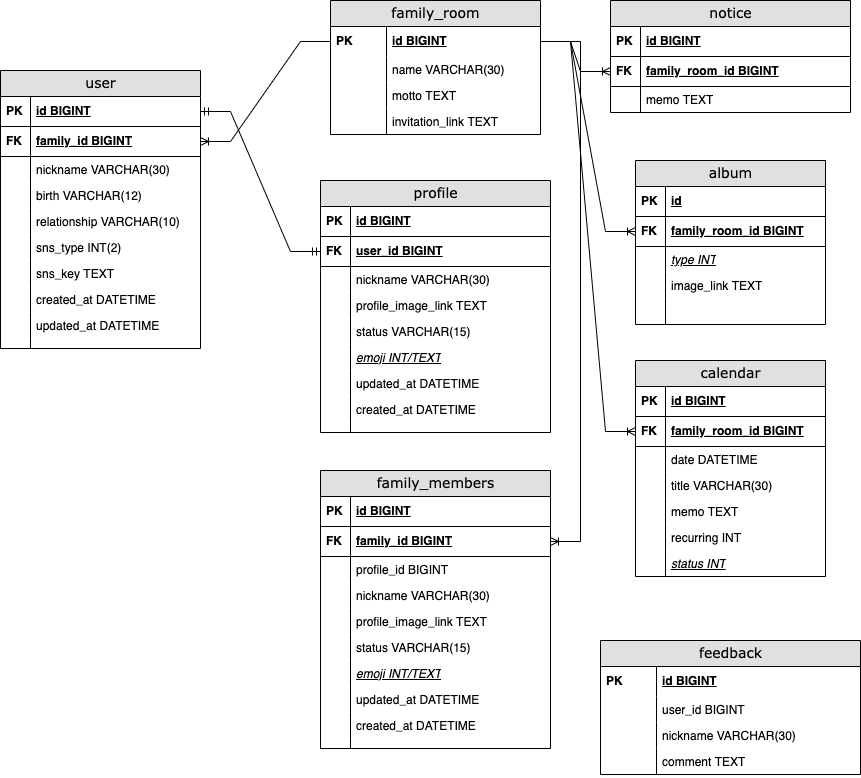
Before: sofa_erd_v2.png, a diagram exported from draw.io (AnneMayor/TestRepository). Source tidied: cells renumbered, new cells last; positions are measured from the earlier drawing's top-left corner, leaving out a move shared by most shapes.
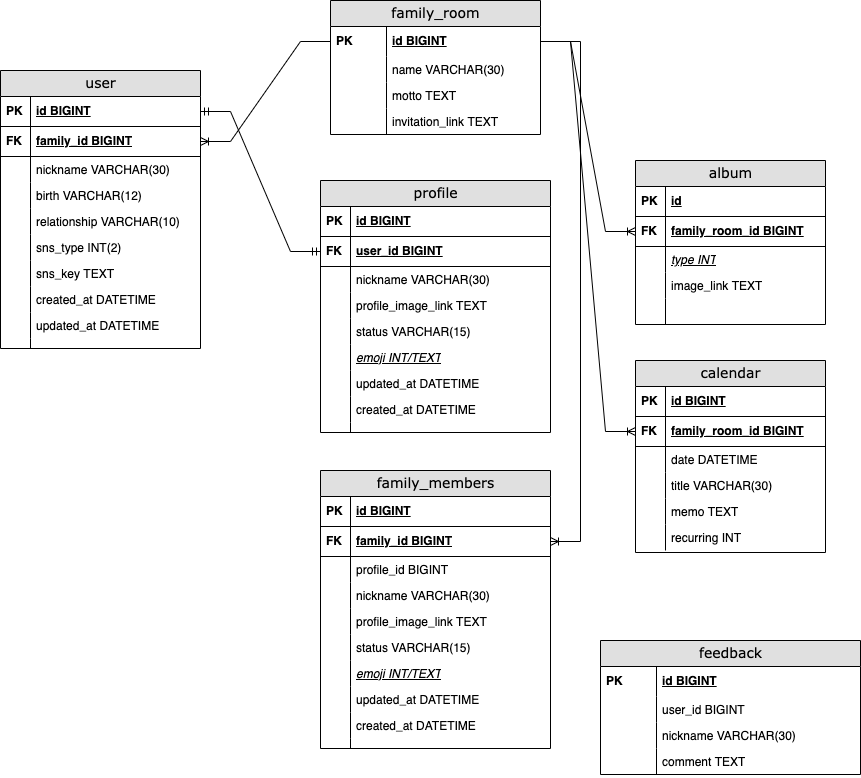
Above is the later version.

Diff of the diagram source:
```diff
@@ -63,7 +63,7 @@
       <mxGeometry width="30" height="26" as="geometry" />
     </mxCell>
     <mxCell id="22" value="calendar" style="swimlane;html=1;fontStyle=0;horizontal=1;startSize=26;fillColor=#e0e0e0;swimlaneFillColor=#ffffff;align=center;rounded=0;shadow=0;comic=0;labelBackgroundColor=none;strokeWidth=1;fontFamily=Verdana;fontSize=14;" parent="1" vertex="1">
-      <mxGeometry x="635" y="360" width="190" height="216" as="geometry" />
+      <mxGeometry x="635" y="360" width="190" height="192" as="geometry" />
     </mxCell>
     <mxCell id="23" value="id BIGINT" style="shape=partialRectangle;top=0;left=0;right=0;bottom=1;html=1;align=left;verticalAlign=middle;fillColor=none;spacingLeft=34;spacingRight=4;whiteSpace=wrap;overflow=hidden;fontStyle=5;" parent="22" vertex="1">
       <mxGeometry y="26" width="190" height="30" as="geometry" />
@@ -101,12 +101,6 @@
     <mxCell id="34" style="shape=partialRectangle;top=0;left=0;bottom=0;html=1;fillColor=none;align=left;verticalAlign=top;spacingLeft=4;spacingRight=4;whiteSpace=wrap;overflow=hidden;" parent="33" vertex="1">
       <mxGeometry width="30" height="26" as="geometry" />
     </mxCell>
-    <mxCell id="35" value="&lt;i&gt;&lt;u&gt;status INT&lt;/u&gt;&lt;/i&gt;" style="shape=partialRectangle;top=0;left=0;right=0;bottom=0;html=1;align=left;verticalAlign=top;fillColor=none;spacingLeft=34;spacingRight=4;whiteSpace=wrap;overflow=hidden;" parent="22" vertex="1">
-      <mxGeometry y="190" width="190" height="26" as="geometry" />
-    </mxCell>
-    <mxCell id="36" style="shape=partialRectangle;top=0;left=0;bottom=0;html=1;fillColor=none;align=left;verticalAlign=top;spacingLeft=4;spacingRight=4;whiteSpace=wrap;overflow=hidden;" parent="35" vertex="1">
-      <mxGeometry width="30" height="26" as="geometry" />
-    </mxCell>
     <mxCell id="37" value="profile" style="swimlane;html=1;fontStyle=0;horizontal=1;startSize=26;fillColor=#e0e0e0;swimlaneFillColor=#ffffff;align=center;rounded=0;shadow=0;comic=0;labelBackgroundColor=none;strokeWidth=1;fontFamily=Verdana;fontSize=14;" parent="1" vertex="1">
       <mxGeometry x="320" y="180" width="230" height="252" as="geometry" />
     </mxCell>
@@ -164,27 +158,6 @@
     <mxCell id="55" style="shape=partialRectangle;top=0;left=0;bottom=0;html=1;fillColor=none;align=left;verticalAlign=top;spacingLeft=4;spacingRight=4;whiteSpace=wrap;overflow=hidden;" parent="54" vertex="1">
       <mxGeometry width="30" height="10" as="geometry" />
     </mxCell>
-    <mxCell id="56" value="notice" style="swimlane;html=1;fontStyle=0;horizontal=1;startSize=26;fillColor=#e0e0e0;swimlaneFillColor=#ffffff;align=center;rounded=0;shadow=0;comic=0;labelBackgroundColor=none;strokeWidth=1;fontFamily=Verdana;fontSize=14;" parent="1" vertex="1">
-      <mxGeometry x="610" width="240" height="112" as="geometry" />
-    </mxCell>
-    <mxCell id="57" value="&lt;div&gt;&lt;span&gt;id BIGINT&lt;/span&gt;&lt;/div&gt;" style="shape=partialRectangle;top=0;left=0;right=0;bottom=1;html=1;align=left;verticalAlign=middle;fillColor=none;spacingLeft=34;spacingRight=4;whiteSpace=wrap;overflow=hidden;fontStyle=5;" parent="56" vertex="1">
-      <mxGeometry y="26" width="240" height="30" as="geometry" />
-    </mxCell>
-    <mxCell id="58" value="PK" style="shape=partialRectangle;fontStyle=1;top=0;left=0;bottom=0;html=1;fillColor=none;align=left;verticalAlign=middle;spacingLeft=4;spacingRight=4;whiteSpace=wrap;overflow=hidden;" parent="57" vertex="1">
-      <mxGeometry width="30" height="30" as="geometry" />
-    </mxCell>
-    <mxCell id="59" value="family_room_id BIGINT" style="shape=partialRectangle;top=0;left=0;right=0;bottom=1;html=1;align=left;verticalAlign=middle;fillColor=none;spacingLeft=34;spacingRight=4;whiteSpace=wrap;overflow=hidden;points=[[0,0.5],[1,0.5]];portConstraint=eastwest;fontStyle=5;" parent="56" vertex="1">
-      <mxGeometry y="56" width="240" height="30" as="geometry" />
-    </mxCell>
-    <mxCell id="60" value="&lt;b&gt;FK&lt;/b&gt;" style="shape=partialRectangle;top=0;left=0;bottom=0;html=1;fillColor=none;align=left;verticalAlign=middle;spacingLeft=4;spacingRight=4;whiteSpace=wrap;overflow=hidden;" parent="59" vertex="1">
-      <mxGeometry width="30" height="30" as="geometry" />
-    </mxCell>
-    <mxCell id="61" value="memo TEXT" style="shape=partialRectangle;top=0;left=0;right=0;bottom=0;html=1;align=left;verticalAlign=top;fillColor=none;spacingLeft=34;spacingRight=4;whiteSpace=wrap;overflow=hidden;" parent="56" vertex="1">
-      <mxGeometry y="86" width="240" height="26" as="geometry" />
-    </mxCell>
-    <mxCell id="62" style="shape=partialRectangle;top=0;left=0;bottom=0;html=1;fillColor=none;align=left;verticalAlign=top;spacingLeft=4;spacingRight=4;whiteSpace=wrap;overflow=hidden;" parent="61" vertex="1">
-      <mxGeometry width="30" height="26" as="geometry" />
-    </mxCell>
     <mxCell id="63" value="feedback" style="swimlane;html=1;fontStyle=0;horizontal=1;startSize=26;fillColor=#e0e0e0;swimlaneFillColor=#ffffff;align=center;rounded=0;shadow=0;comic=0;labelBackgroundColor=none;strokeWidth=1;fontFamily=Verdana;fontSize=14;" parent="1" vertex="1">
       <mxGeometry x="600" y="640" width="260" height="134" as="geometry" />
     </mxCell>
@@ -347,9 +320,6 @@
     <mxCell id="116" style="edgeStyle=entityRelationEdgeStyle;fontSize=12;html=1;endArrow=ERoneToMany;rounded=0;" parent="1" edge="1" source="3" target="98">
       <mxGeometry relative="1" as="geometry" />
     </mxCell>
-    <mxCell id="117" style="edgeStyle=entityRelationEdgeStyle;fontSize=12;html=1;endArrow=ERoneToMany;rounded=0;exitX=1;exitY=0.5;exitDx=0;exitDy=0;entryX=0;entryY=0.5;entryDx=0;entryDy=0;" parent="1" edge="1" source="3" target="59">
-      <mxGeometry relative="1" as="geometry" />
-    </mxCell>
     <mxCell id="118" style="edgeStyle=entityRelationEdgeStyle;fontSize=12;html=1;endArrow=ERoneToMany;rounded=0;exitX=1;exitY=0.5;exitDx=0;exitDy=0;entryX=0;entryY=0.5;entryDx=0;entryDy=0;" parent="1" edge="1" source="3" target="14">
       <mxGeometry relative="1" as="geometry" />
     </mxCell>
```
